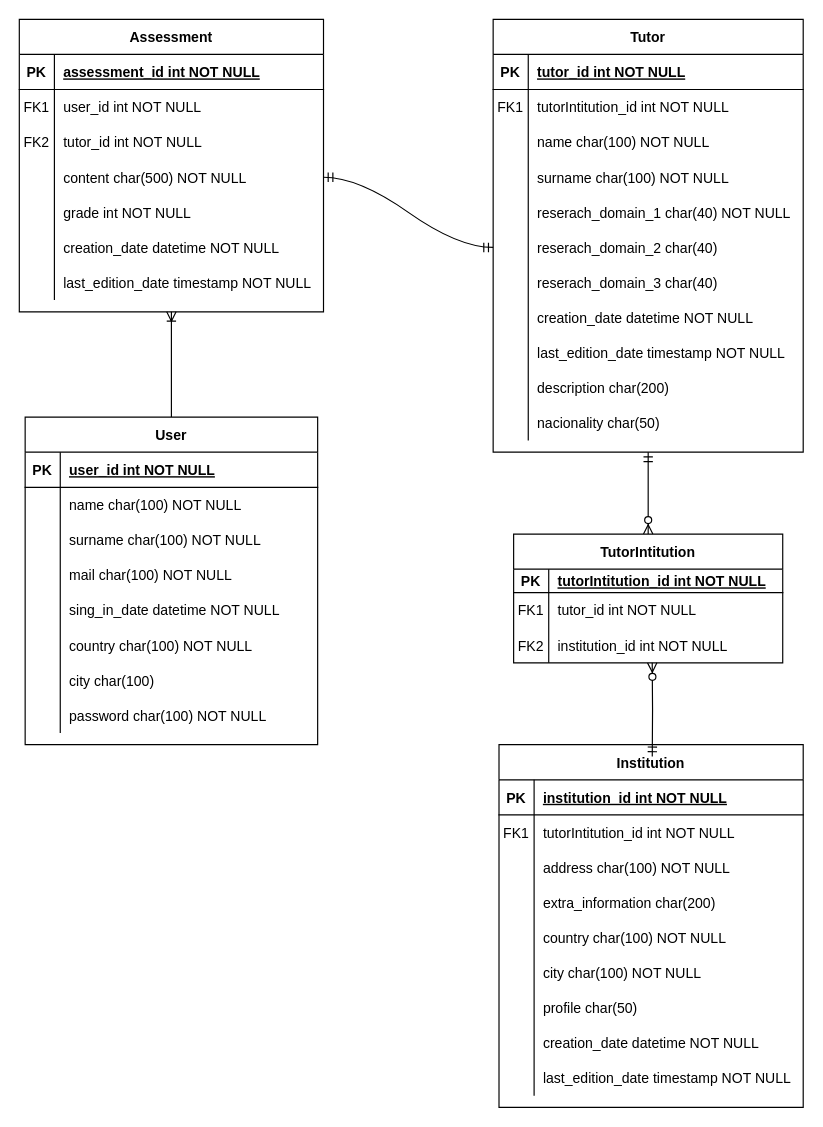
The draw.io diagram Untitled Diagram.drawio in KrzysiekJa/Teacher-competence-positioning-system, before the edit. Source tidied: cells renumbered, new cells numbered last; positions are measured from the earlier drawing's top-left corner, leaving out a move shared by most shapes. Both pictures are drawn from the tidied source at 117%, with x=0, y=0 at pixel (19, 19).
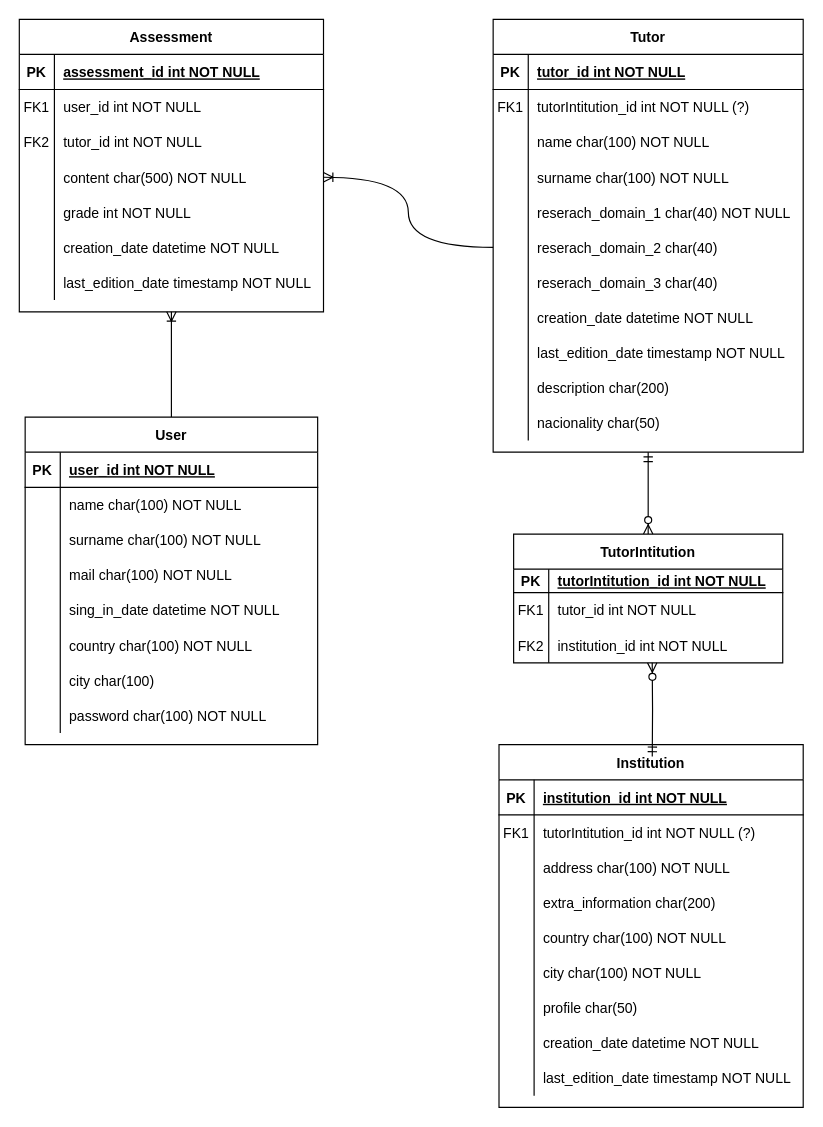
Above is the later version.

The change refers to these unchanged cells:
```xml
<mxCell id="6" style="shape=partialRectangle;fillColor=none;top=0;left=0;right=0;bottom=0;" parent="2" vertex="1">
  <mxGeometry y="60" width="265" height="30" as="geometry" />
</mxCell>
<mxCell id="18" style="shape=partialRectangle;fillColor=none;points=[[0,0.5],[1,0.5]];portConstraint=eastwest;top=0;left=0;right=0;bottom=0;" parent="2" vertex="1">
  <mxGeometry y="180" width="265" height="30" as="geometry" />
</mxCell>
<mxCell id="71" style="shape=partialRectangle;fillColor=none;points=[[0,0.5],[1,0.5]];portConstraint=eastwest;top=0;left=0;right=0;bottom=0;" parent="61" vertex="1">
  <mxGeometry y="120" width="260" height="30" as="geometry" />
</mxCell>
<mxCell id="87" style="shape=tableRow;horizontal=0;startSize=0;swimlaneHead=0;swimlaneBody=0;fillColor=none;top=0;left=0;right=0;bottom=0;" parent="83" vertex="1">
  <mxGeometry y="60" width="260" height="30" as="geometry" />
</mxCell>
```

What changed in the source:
```diff
@@
-    <mxCell id="8" value="tutorIntitution_id int NOT NULL" style="shape=partialRectangle;overflow=hidden;fillColor=none;top=0;left=0;bottom=0;right=0;align=left;spacingLeft=6;" parent="6" vertex="1">
+    <mxCell id="8" value="tutorIntitution_id int NOT NULL (?)" style="shape=partialRectangle;overflow=hidden;fillColor=none;top=0;left=0;bottom=0;right=0;align=left;spacingLeft=6;" parent="6" vertex="1">
       <mxGeometry x="30" width="235" height="30" as="geometry" />
     </mxCell>
@@
-    <mxCell id="89" value="tutorIntitution_id int NOT NULL" style="shape=partialRectangle;fillColor=none;top=0;left=0;bottom=0;right=0;align=left;spacingLeft=6;overflow=hidden;" parent="87" vertex="1">
+    <mxCell id="89" value="tutorIntitution_id int NOT NULL (?)" style="shape=partialRectangle;fillColor=none;top=0;left=0;bottom=0;right=0;align=left;spacingLeft=6;overflow=hidden;" parent="87" vertex="1">
       <mxGeometry x="30" width="230" height="30" as="geometry" />
     </mxCell>
@@
-    <mxCell id="112" style="edgeStyle=entityRelationEdgeStyle;fontSize=12;html=1;endArrow=ERmandOne;startArrow=ERmandOne;rounded=0;curved=1;entryX=0;entryY=0.5;entryDx=0;entryDy=0;exitX=1;exitY=0.5;exitDx=0;exitDy=0;" parent="1" edge="1" source="71" target="18">
-      <mxGeometry relative="1" as="geometry" />
-    </mxCell>
@@
+    <mxCell id="125" style="edgeStyle=orthogonalEdgeStyle;fontSize=12;html=1;endArrow=ERoneToMany;rounded=0;entryX=1;entryY=0.5;entryDx=0;entryDy=0;exitX=0;exitY=0.5;exitDx=0;exitDy=0;curved=1;" parent="1" edge="1" source="18" target="71">
+      <mxGeometry relative="1" as="geometry" />
+    </mxCell>
```
